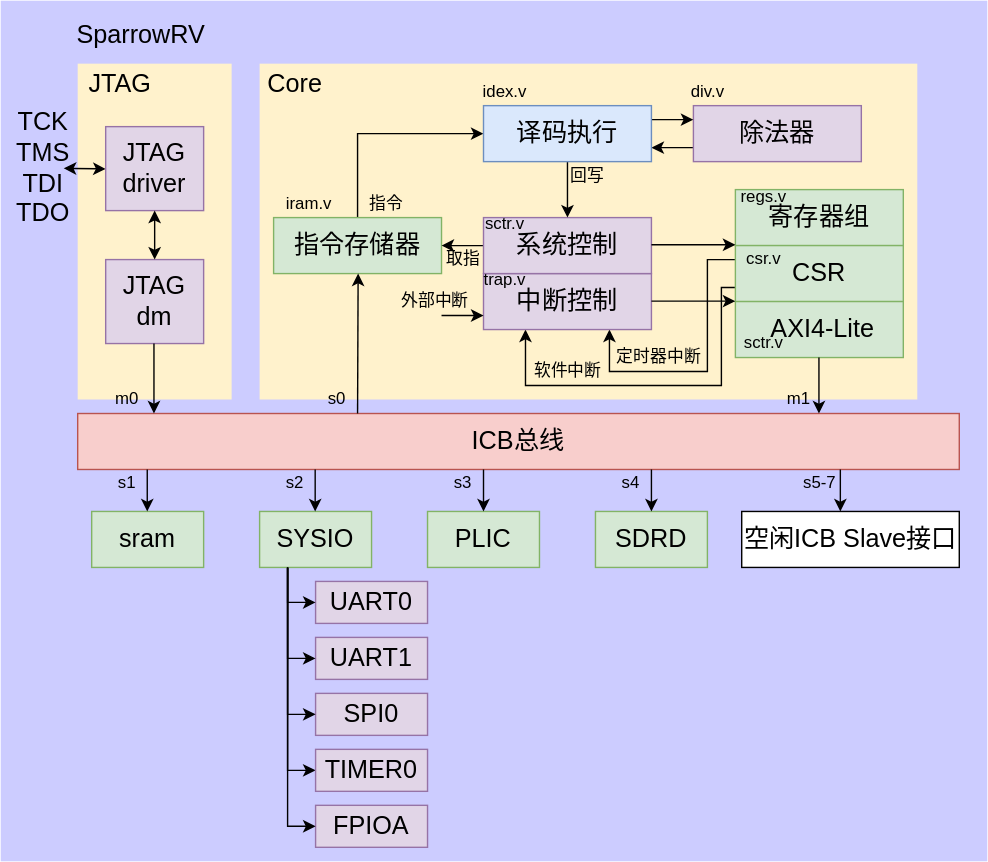
The draw.io diagram doc/图库/Readme/soc架构.svg in ZPNMiaoHeng/SparrowRV, before a commit. Source tidied: cells renumbered, new cells last; positions are measured from the earlier drawing's top-left corner, leaving out a move shared by most shapes.
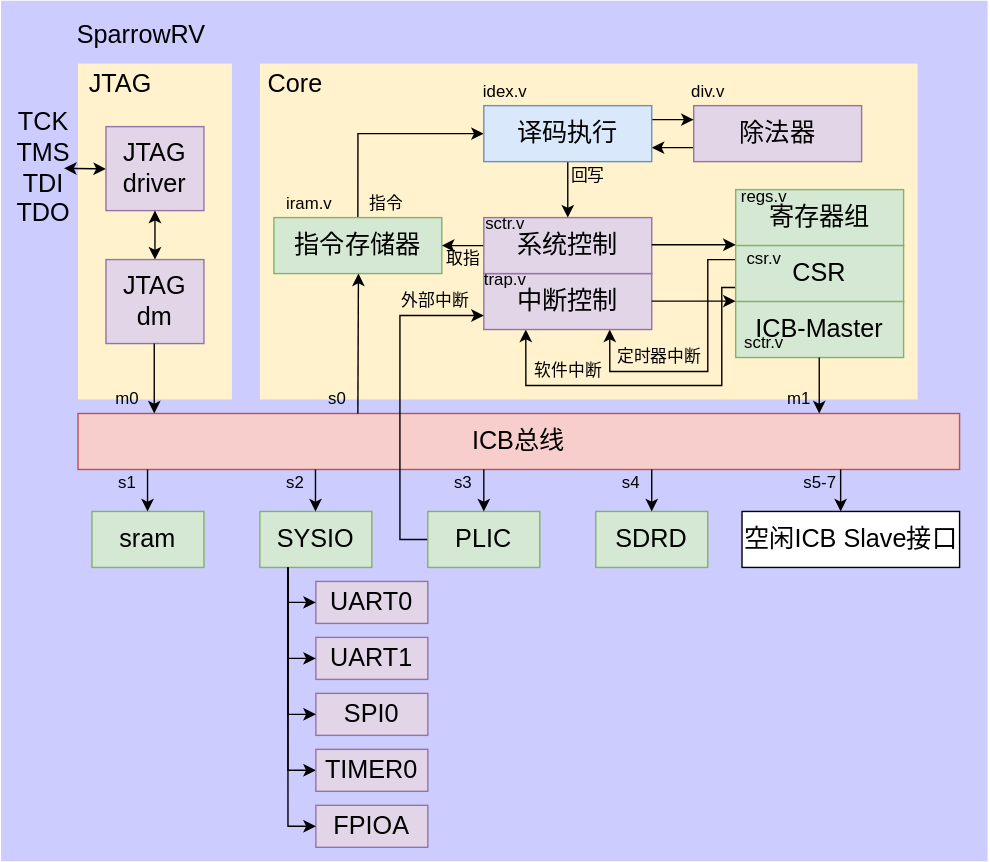
Later version of the same file.

Change to the diagram source:
```diff
@@ -65,7 +65,7 @@
     <mxCell id="18" value="译码执行" style="whiteSpace=wrap;html=1;fontSize=18;fillColor=#dae8fc;strokeColor=#6c8ebf;" parent="1" vertex="1">
       <mxGeometry x="360" y="110" width="120" height="40" as="geometry" />
     </mxCell>
-    <mxCell id="19" value="&amp;nbsp;AXI4-Lite" style="whiteSpace=wrap;html=1;fontSize=18;fillColor=#d5e8d4;strokeColor=#82b366;" parent="1" vertex="1">
+    <mxCell id="19" value="ICB-Master" style="whiteSpace=wrap;html=1;fontSize=18;fillColor=#d5e8d4;strokeColor=#82b366;" parent="1" vertex="1">
       <mxGeometry x="540" y="250" width="120" height="40" as="geometry" />
     </mxCell>
     <mxCell id="20" style="edgeStyle=orthogonalEdgeStyle;rounded=0;orthogonalLoop=1;jettySize=auto;html=1;fontSize=18;" parent="1" edge="1">
@@ -86,12 +86,6 @@
         <mxPoint x="270.4" y="230" as="targetPoint" />
       </mxGeometry>
     </mxCell>
-    <mxCell id="24" style="endArrow=classic;html=1;rounded=0;fontSize=18;" parent="1" edge="1">
-      <mxGeometry relative="1" as="geometry">
-        <mxPoint x="330" y="260" as="sourcePoint" />
-        <mxPoint x="360" y="260" as="targetPoint" />
-      </mxGeometry>
-    </mxCell>
     <mxCell id="25" value="外部中断" style="text;html=1;align=center;verticalAlign=middle;strokeColor=none;fillColor=none;fontSize=12;" parent="1" vertex="1">
       <mxGeometry x="295" y="240" width="60" height="20" as="geometry" />
     </mxCell>
@@ -246,6 +240,9 @@
     <mxCell id="68" value="TIMER0" style="whiteSpace=wrap;html=1;fontSize=18;fillColor=#e1d5e7;strokeColor=#9673a6;" parent="1" vertex="1">
       <mxGeometry x="240" y="570" width="80" height="30" as="geometry" />
     </mxCell>
+    <mxCell id="78" style="edgeStyle=orthogonalEdgeStyle;rounded=0;jettySize=auto;html=1;exitX=0;exitY=0.5;exitDx=0;exitDy=0;entryX=0;entryY=0.75;entryDx=0;entryDy=0;" parent="1" edge="1" source="69" target="11">
+      <mxGeometry relative="1" as="geometry" />
+    </mxCell>
     <mxCell id="69" value="PLIC" style="whiteSpace=wrap;html=1;fillColor=#d5e8d4;strokeColor=#82b366;fontSize=18;" parent="1" vertex="1">
       <mxGeometry x="320" y="400" width="80" height="40" as="geometry" />
     </mxCell>
```
